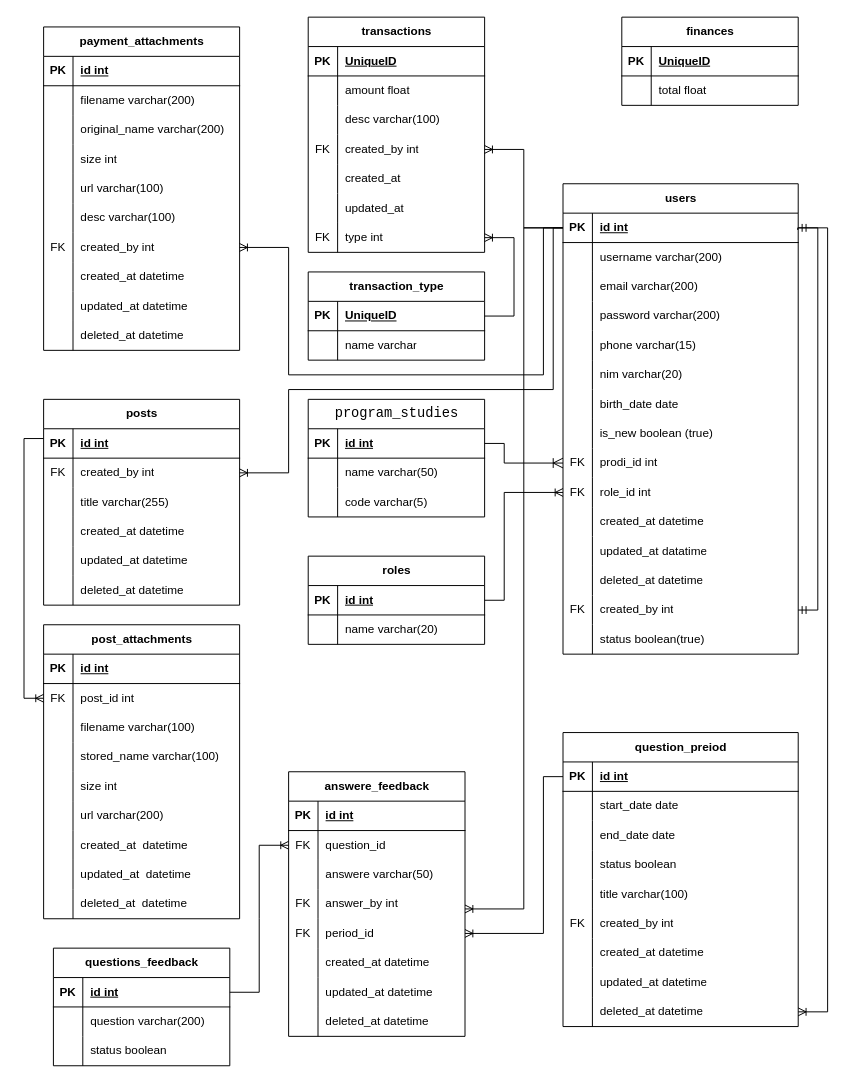
Before: requirement/LCC-project-2 (1).drawio in MatsRahmat/LCC-management, a draw.io diagram. Source tidied: cells renumbered, new cells numbered last; positions are measured from the earlier drawing's top-left corner, leaving out a move shared by most shapes. Both pictures are drawn from the tidied source at 98%, with x=0, y=0 at pixel (24, 17).
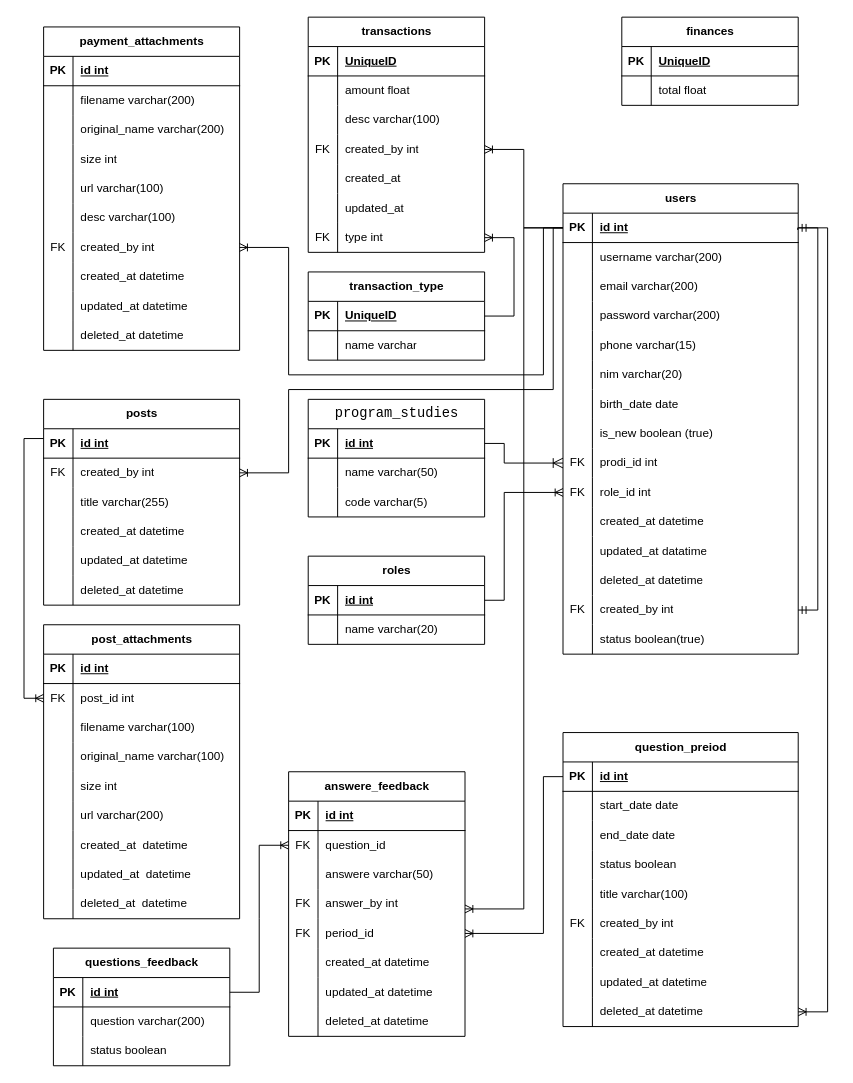
Above is the later version.

Unchanged cells that the change refers to:
```xml
<mxCell id="98" style="shape=tableRow;horizontal=0;startSize=0;swimlaneHead=0;swimlaneBody=0;fillColor=none;top=0;left=0;right=0;bottom=0;" parent="88" vertex="1">
  <mxGeometry y="120" width="200" height="30" as="geometry" />
</mxCell>
```

Diff of the diagram source:
```diff
@@
-    <mxCell id="100" value="stored_name varchar(100)" style="shape=partialRectangle;fillColor=none;top=0;left=0;bottom=0;right=0;align=left;spacingLeft=6;overflow=hidden;whiteSpace=wrap;html=1;" parent="98" vertex="1">
+    <mxCell id="100" value="original_name&amp;nbsp;varchar(100)" style="shape=partialRectangle;fillColor=none;top=0;left=0;bottom=0;right=0;align=left;spacingLeft=6;overflow=hidden;whiteSpace=wrap;html=1;" parent="98" vertex="1">
       <mxGeometry x="30" width="170" height="30" as="geometry" />
     </mxCell>
```
